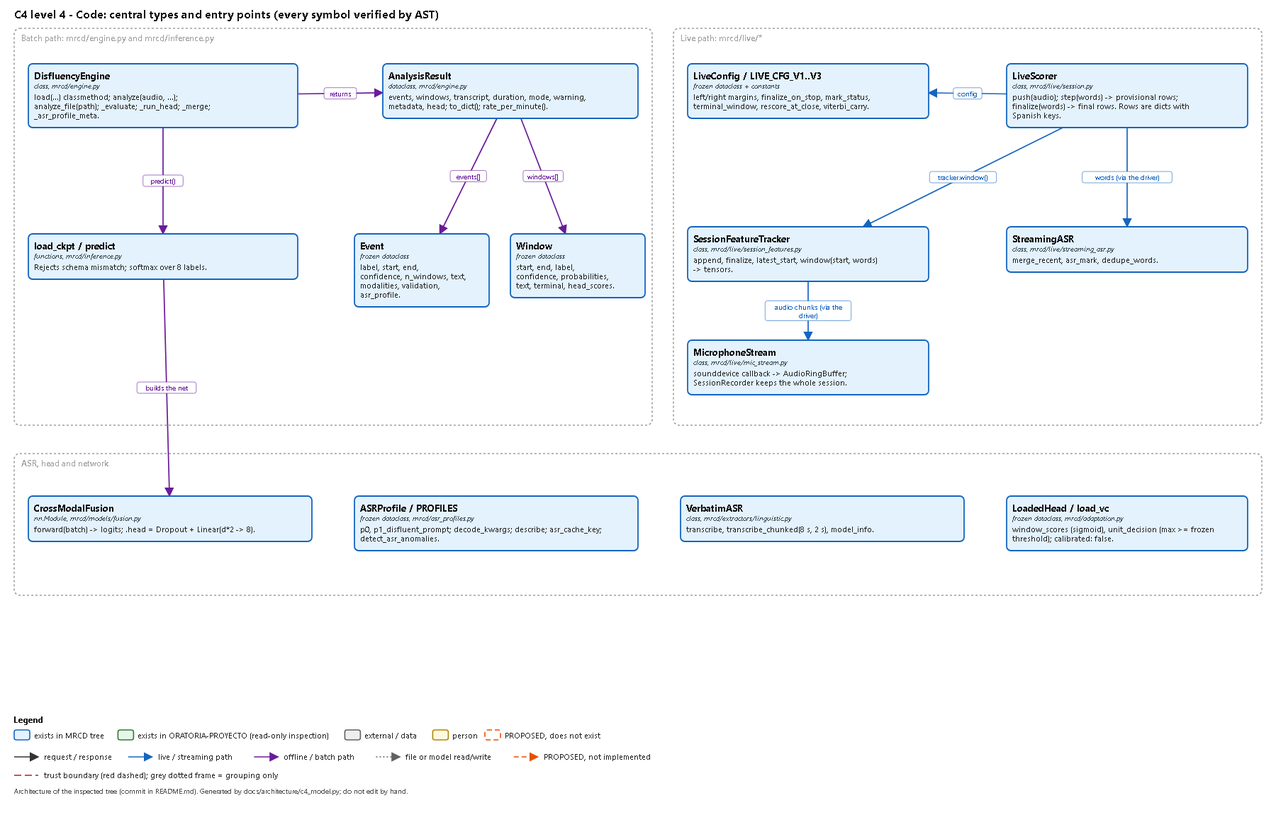
Earlier version of the Mermaid export docs/architecture/c4_4_code.png (oratorIA-ProyectoTesis/MRCD). Its source is kept beside it as docs/architecture/c4_4_code.mmd. Source of this version:
```mermaid
flowchart LR
  subgraph batch["Batch path: mrcd/engine.py and mrcd/inference.py"]
    c_engine["<b>DisfluencyEngine</b><br/><i>class, mrcd/engine.py</i><br/>load(...) classmethod; analyze(audio, ...); analyze_file(path); _evaluate; _run_head; _merge; _asr_profile_meta."]:::cur
    c_result["<b>AnalysisResult</b><br/><i>dataclass, mrcd/engine.py</i><br/>events, windows, transcript, duration, mode, warning, metadata, head; to_dict(); rate_per_minute()."]:::cur
    c_event["<b>Event</b><br/><i>frozen dataclass</i><br/>label, start, end, confidence, n_windows, text, modalities, validation, asr_profile."]:::cur
    c_window["<b>Window</b><br/><i>frozen dataclass</i><br/>start, end, label, confidence, probabilities, text, terminal, head_scores."]:::cur
    c_infer["<b>load_ckpt / predict</b><br/><i>functions, mrcd/inference.py</i><br/>Rejects schema mismatch; softmax over 8 labels."]:::cur
  end
  subgraph livep["Live path: mrcd/live/*"]
    c_cfg["<b>LiveConfig / LIVE_CFG_V1..V3</b><br/><i>frozen dataclass + constants</i><br/>left/right margins, finalize_on_stop, mark_status, terminal_window, rescore_at_close, viterbi_carry."]:::cur
    c_scorer["<b>LiveScorer</b><br/><i>class, mrcd/live/session.py</i><br/>push(audio); step(words) -> provisional rows; finalize(words) -> final rows. Rows are dicts with Spanish keys."]:::cur
    c_tracker["<b>SessionFeatureTracker</b><br/><i>class, mrcd/live/session_features.py</i><br/>append, finalize, latest_start, window(start, words) -> tensors."]:::cur
    c_sasr["<b>StreamingASR</b><br/><i>class, mrcd/live/streaming_asr.py</i><br/>merge_recent, asr_mark, dedupe_words."]:::cur
    c_mic["<b>MicrophoneStream</b><br/><i>class, mrcd/live/mic_stream.py</i><br/>sounddevice callback -> AudioRingBuffer; SessionRecorder keeps the whole session."]:::cur
  end
  subgraph aux["ASR, head and network"]
    c_fusion["<b>CrossModalFusion</b><br/><i>nn.Module, mrcd/models/fusion.py</i><br/>forward(batch) -> logits; .head = Dropout + Linear(d*2 -> 8)."]:::cur
    c_profile["<b>ASRProfile / PROFILES</b><br/><i>frozen dataclass, mrcd/asr_profiles.py</i><br/>p0, p1_disfluent_prompt; decode_kwargs; describe; asr_cache_key; detect_asr_anomalies."]:::cur
    c_asr["<b>VerbatimASR</b><br/><i>class, mrcd/extractors/linguistic.py</i><br/>transcribe, transcribe_chunked(8 s, 2 s), model_info."]:::cur
    c_head["<b>LoadedHead / load_vc</b><br/><i>frozen dataclass, mrcd/adaptation.py</i><br/>window_scores (sigmoid), unit_decision (max >= frozen threshold); calibrated: false."]:::cur
  end
  c_engine -->|"returns"| c_result
  c_result -->|"events[]"| c_event
  c_result -->|"windows[]"| c_window
  c_engine -->|"predict()"| c_infer
  c_infer -->|"builds the net"| c_fusion
  c_scorer ==>|"config"| c_cfg
  c_scorer ==>|"tracker.window()"| c_tracker
  c_scorer ==>|"words (via the driver)"| c_sasr
  c_tracker ==>|"audio chunks (via the driver)"| c_mic
  classDef cur fill:#e3f2fd,stroke:#1565c0
  classDef app fill:#e8f5e9,stroke:#2e7d32
  classDef ext fill:#eeeeee,stroke:#616161
  classDef per fill:#fff8e1,stroke:#b28704
  classDef prop fill:#ffffff,stroke:#e65100,stroke-dasharray:7 4
```
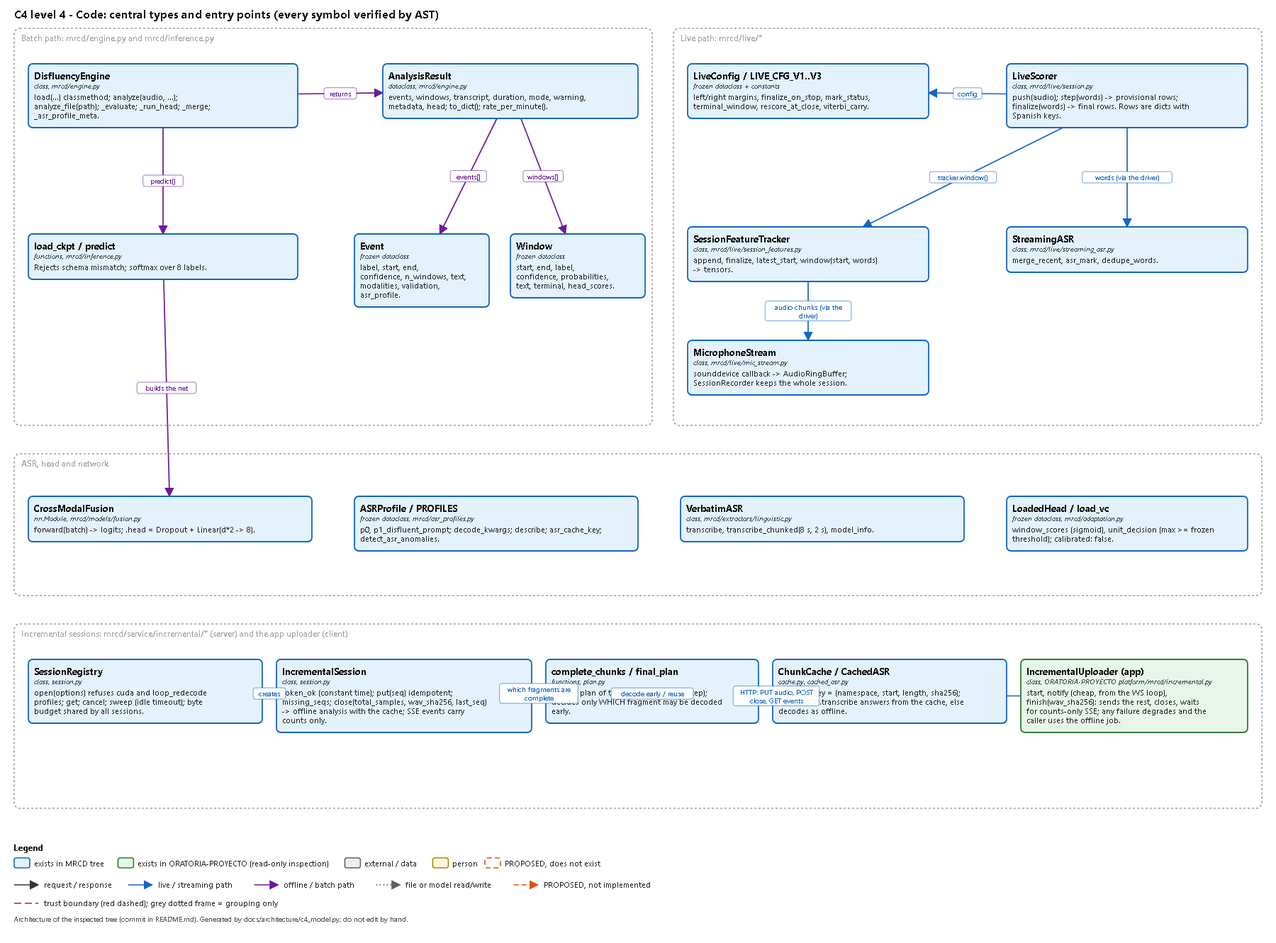
Later version of the same file.

Diff of the diagram source:
```diff
@@ -19,6 +19,13 @@
     c_asr["<b>VerbatimASR</b><br/><i>class, mrcd/extractors/linguistic.py</i><br/>transcribe, transcribe_chunked(8 s, 2 s), model_info."]:::cur
     c_head["<b>LoadedHead / load_vc</b><br/><i>frozen dataclass, mrcd/adaptation.py</i><br/>window_scores (sigmoid), unit_decision (max >= frozen threshold); calibrated: false."]:::cur
   end
+  subgraph incg["Incremental sessions: mrcd/service/incremental/* (server) and the app uploader (client)"]
+    c_reg["<b>SessionRegistry</b><br/><i>class, session.py</i><br/>open(options) refuses cuda and loop_redecode profiles; get; cancel; sweep (idle timeout); byte budget shared by all sessions."]:::cur
+    c_sess["<b>IncrementalSession</b><br/><i>class, session.py</i><br/>token_ok (constant time); put(seq) idempotent; missing_seqs; close(total_samples, wav_sha256, last_seq) -> offline analysis with the cache; SSE events carry counts only."]:::cur
+    c_plan["<b>complete_chunks / final_plan</b><br/><i>functions, plan.py</i><br/>Integer plan of the 8 s fragments (6 s step); decides only WHICH fragment may be decoded early."]:::cur
+    c_cache["<b>ChunkCache / CachedASR</b><br/><i>cache.py, cached_asr.py</i><br/>segment_key = (namespace, start, length, sha256); CachedASR.transcribe answers from the cache, else decodes as offline."]:::cur
+    c_up["<b>IncrementalUploader (app)</b><br/><i>class, ORATORIA-PROYECTO platform/mrcd/incremental.py</i><br/>start, notify (cheap, from the WS loop), finish(wav_sha256): sends the rest, closes, waits for counts-only SSE; any failure degrades and the caller uses the offline job."]:::app
+  end
   c_engine -->|"returns"| c_result
   c_result -->|"events[]"| c_event
   c_result -->|"windows[]"| c_window
@@ -28,6 +35,10 @@
   c_scorer ==>|"tracker.window()"| c_tracker
   c_scorer ==>|"words (via the driver)"| c_sasr
   c_tracker ==>|"audio chunks (via the driver)"| c_mic
+  c_reg ==>|"creates"| c_sess
+  c_sess ==>|"which fragments are complete"| c_plan
+  c_sess ==>|"decode early / reuse"| c_cache
+  c_up ==>|"HTTP: PUT audio, POST close, GET events"| c_sess
   classDef cur fill:#e3f2fd,stroke:#1565c0
   classDef app fill:#e8f5e9,stroke:#2e7d32
   classDef ext fill:#eeeeee,stroke:#616161
```
